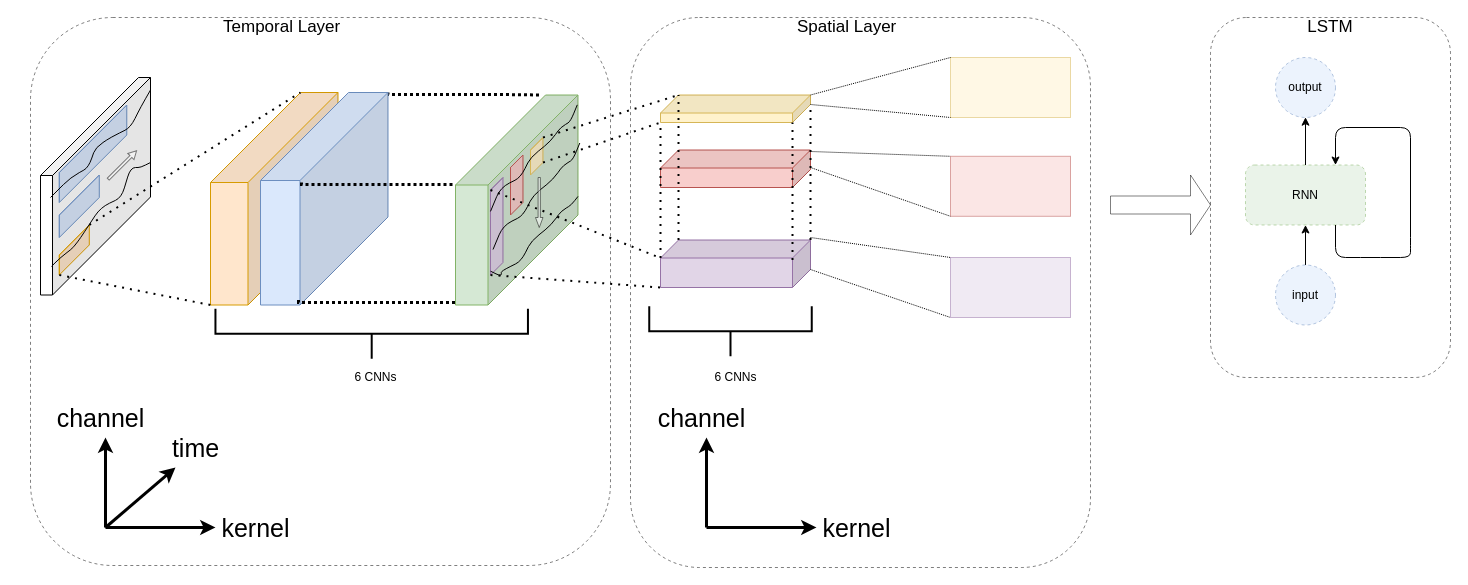
Earlier version of the draw.io diagram grasp/network.drawio (xiaolongwu0713/googledrive). Source tidied: cells renumbered, new cells numbered last; positions are measured from the earlier drawing's top-left corner, leaving out a move shared by most shapes. Both pictures are drawn from the tidied source at 100%, with x=0, y=0 at pixel (30, 17).
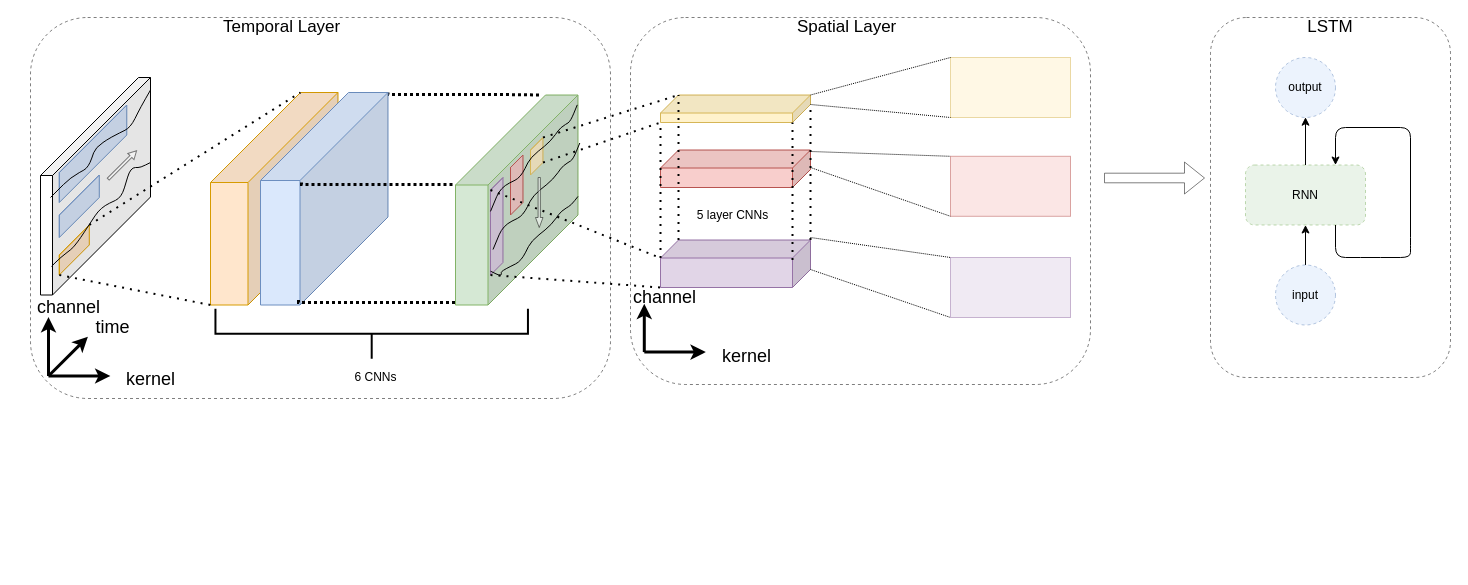
The same page after the edit.

Diff of the diagram source:
```diff
@@
     <mxCell id="3" style="rounded=1;whiteSpace=wrap;html=1;opacity=50;dashed=1;" parent="1" vertex="1">
-      <mxGeometry x="600" width="460" height="550" as="geometry" />
+      <mxGeometry x="600" width="460" height="367" as="geometry" />
     </mxCell>
     <mxCell id="4" style="rounded=1;whiteSpace=wrap;html=1;opacity=50;dashed=1;" parent="1" vertex="1">
-      <mxGeometry width="580" height="548" as="geometry" />
+      <mxGeometry width="580" height="381" as="geometry" />
     </mxCell>
@@
     <mxCell id="60" style="shape=singleArrow;direction=south;whiteSpace=wrap;html=1;opacity=50;rotation=-90;" parent="1" vertex="1">
-      <mxGeometry x="1100" y="137.5" width="60" height="100" as="geometry" />
+      <mxGeometry x="1108" y="110.5" width="32" height="100" as="geometry" />
     </mxCell>
     <mxCell id="61" style="group;" parent="1" vertex="1">
-      <mxGeometry x="20" y="390" width="245" height="130" as="geometry" />
+      <mxGeometry x="-13" y="280" width="162.9" height="91.9" as="geometry" />
     </mxCell>
     <mxCell id="62" style="endArrow=classic;html=1;strokeWidth=3;" parent="61" edge="1">
       <mxGeometry relative="1" as="geometry">
-        <mxPoint x="55" y="120" as="sourcePoint" />
-        <mxPoint x="125" y="60" as="targetPoint" />
+        <mxPoint x="31" y="78.5" as="sourcePoint" />
+        <mxPoint x="70.4" y="39.2" as="targetPoint" />
       </mxGeometry>
     </mxCell>
     <mxCell id="63" style="endArrow=classic;html=1;strokeWidth=3;" parent="61" edge="1">
       <mxGeometry relative="1" as="geometry">
-        <mxPoint x="55" y="120" as="sourcePoint" />
-        <mxPoint x="165" y="120" as="targetPoint" />
+        <mxPoint x="31" y="78.5" as="sourcePoint" />
+        <mxPoint x="92.9" y="78.5" as="targetPoint" />
       </mxGeometry>
     </mxCell>
     <mxCell id="64" style="endArrow=classic;html=1;strokeWidth=3;" parent="61" edge="1">
       <mxGeometry relative="1" as="geometry">
-        <mxPoint x="55" y="120" as="sourcePoint" />
-        <mxPoint x="55" y="30" as="targetPoint" />
+        <mxPoint x="31" y="78.5" as="sourcePoint" />
+        <mxPoint x="31" y="19.6" as="targetPoint" />
       </mxGeometry>
     </mxCell>
-    <mxCell id="65" value="&lt;font style=&quot;font-size: 25px&quot;&gt;time&lt;/font&gt;" style="text;html=1;align=center;verticalAlign=middle;strokeColor=none;" parent="61" vertex="1">
-      <mxGeometry x="115" y="30" width="60" height="20" as="geometry" />
+    <mxCell id="65" value="&lt;font style=&quot;font-size: 18px&quot;&gt;time&lt;/font&gt;" style="text;html=1;align=center;verticalAlign=middle;strokeColor=none;" parent="61" vertex="1">
+      <mxGeometry x="72.8" y="19.6" width="44" height="20" as="geometry" />
     </mxCell>
-    <mxCell id="66" value="&lt;font style=&quot;font-size: 25px&quot;&gt;channel&lt;/font&gt;" style="text;html=1;align=center;verticalAlign=middle;strokeColor=none;" parent="61" vertex="1">
-      <mxGeometry width="100" height="20" as="geometry" />
+    <mxCell id="66" value="&lt;font style=&quot;font-size: 18px&quot;&gt;channel&lt;/font&gt;" style="text;html=1;align=center;verticalAlign=middle;strokeColor=none;" parent="61" vertex="1">
+      <mxGeometry x="14" width="73" height="20" as="geometry" />
     </mxCell>
-    <mxCell id="67" value="&lt;font style=&quot;font-size: 25px&quot;&gt;kernel&lt;/font&gt;" style="text;html=1;align=center;verticalAlign=middle;strokeColor=none;" parent="61" vertex="1">
-      <mxGeometry x="165" y="110" width="80" height="20" as="geometry" />
+    <mxCell id="67" value="&lt;font style=&quot;font-size: 18px&quot;&gt;kernel&lt;/font&gt;" style="text;html=1;align=center;verticalAlign=middle;strokeColor=none;" parent="61" vertex="1">
+      <mxGeometry x="103.9" y="71.9" width="59" height="20" as="geometry" />
     </mxCell>
-    <mxCell id="68" style="strokeWidth=2;html=1;shape=mxgraph.flowchart.annotation_2;align=left;labelPosition=right;rotation=-90;" parent="1" vertex="1">
-      <mxGeometry x="675" y="232.5" width="50" height="162.5" as="geometry" />
-    </mxCell>
-    <mxCell id="69" value="6 CNNs" style="text;html=1;strokeColor=none;fillColor=none;align=center;verticalAlign=middle;whiteSpace=wrap;rounded=0;" parent="1" vertex="1">
-      <mxGeometry x="680.6" y="350" width="48.8" height="20" as="geometry" />
+    <mxCell id="69" value="5 layer CNNs" style="text;html=1;strokeColor=none;fillColor=none;align=center;verticalAlign=middle;whiteSpace=wrap;rounded=0;" parent="1" vertex="1">
+      <mxGeometry x="659.9" y="187.5" width="85.4" height="20" as="geometry" />
     </mxCell>
     <mxCell id="70" style="group;" parent="1" vertex="1">
-      <mxGeometry x="621" y="390" width="245" height="130" as="geometry" />
+      <mxGeometry x="583" y="270" width="162.3" height="79.2" as="geometry" />
     </mxCell>
     <mxCell id="71" style="endArrow=classic;html=1;strokeWidth=3;" parent="70" edge="1">
       <mxGeometry as="geometry">
-        <mxPoint x="55" y="120" as="sourcePoint" />
-        <mxPoint x="165" y="120" as="targetPoint" />
+        <mxPoint x="30.8" y="64.6" as="sourcePoint" />
+        <mxPoint x="92.3" y="64.6" as="targetPoint" />
       </mxGeometry>
     </mxCell>
     <mxCell id="72" style="endArrow=classic;html=1;strokeWidth=3;" parent="70" edge="1">
       <mxGeometry as="geometry">
-        <mxPoint x="55" y="120" as="sourcePoint" />
-        <mxPoint x="55" y="30" as="targetPoint" />
+        <mxPoint x="30.8" y="64.6" as="sourcePoint" />
+        <mxPoint x="30.8" y="16.2" as="targetPoint" />
       </mxGeometry>
     </mxCell>
-    <mxCell id="73" value="&lt;font style=&quot;font-size: 25px&quot;&gt;channel&lt;/font&gt;" style="text;html=1;align=center;verticalAlign=middle;strokeColor=none;" parent="70" vertex="1">
-      <mxGeometry width="100" height="20" as="geometry" />
+    <mxCell id="73" value="&lt;font style=&quot;font-size: 18px&quot;&gt;channel&lt;/font&gt;" style="text;html=1;align=center;verticalAlign=middle;strokeColor=none;" parent="70" vertex="1">
+      <mxGeometry x="14" width="73" height="20" as="geometry" />
     </mxCell>
-    <mxCell id="74" value="&lt;font style=&quot;font-size: 25px&quot;&gt;kernel&lt;/font&gt;" style="text;html=1;align=center;verticalAlign=middle;strokeColor=none;" parent="70" vertex="1">
-      <mxGeometry x="165" y="110" width="80" height="20" as="geometry" />
+    <mxCell id="74" value="&lt;font style=&quot;font-size: 18px&quot;&gt;kernel&lt;/font&gt;" style="text;html=1;align=center;verticalAlign=middle;strokeColor=none;" parent="70" vertex="1">
+      <mxGeometry x="103.3" y="59.2" width="59" height="20" as="geometry" />
     </mxCell>
```
